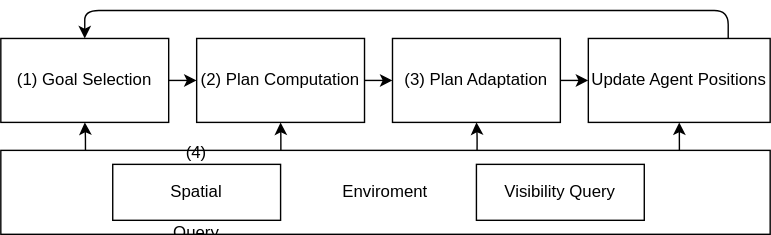
The draw.io diagram img/menge_architecture.drawio.svg in Project-Mastery/thesis, before a commit. Source tidied: cells renumbered, new cells last; positions are measured from the earlier drawing's top-left corner, leaving out a move shared by most shapes.
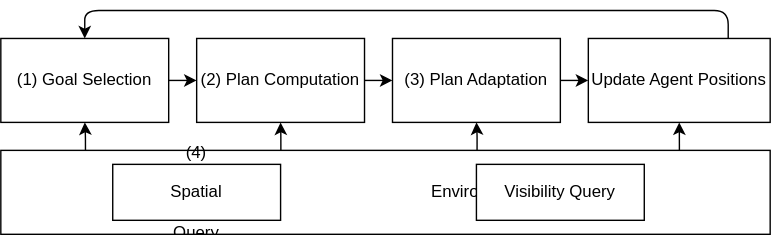
The same file after the commit.

What changed in the source:
```diff
@@ -32,7 +32,7 @@
     <mxCell id="11" style="edgeStyle=orthogonalEdgeStyle;html=1;exitX=0.882;exitY=0.01;exitDx=0;exitDy=0;exitPerimeter=0;" parent="1" edge="1" source="12" target="15">
       <mxGeometry relative="1" as="geometry" />
     </mxCell>
-    <mxCell id="12" value="Enviroment" style="rounded=0;whiteSpace=wrap;html=1;" parent="1" vertex="1">
+    <mxCell id="12" value="&lt;span style=&quot;white-space-collapse: preserve;&quot;&gt;Environment&lt;/span&gt;" style="rounded=0;whiteSpace=wrap;html=1;" parent="1" vertex="1">
       <mxGeometry y="100" width="550" height="60" as="geometry" />
     </mxCell>
     <mxCell id="13" value="(4)&amp;nbsp;&lt;span style=&quot;white-space-collapse: preserve;&quot;&gt;Spatial&lt;/span&gt;&amp;nbsp;Query" style="rounded=0;whiteSpace=wrap;html=1;" parent="1" vertex="1">
```
